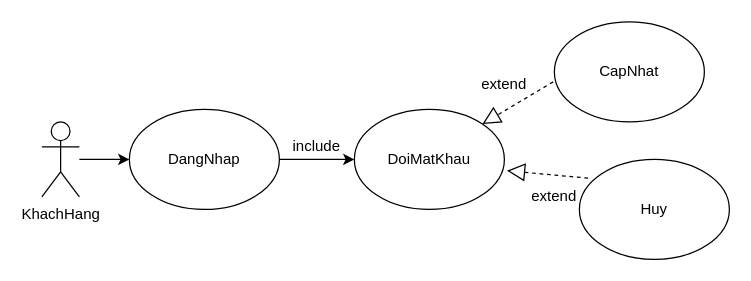
phamhieudev/BatDongSan keeps this draw.io diagram as page "doimatkhau" (2 of 19) of usecasetongquatbds.drawio. Above is the earlier version. Source tidied: cells renumbered, new cells numbered last; positions are measured from the earlier drawing's top-left corner, leaving out a move shared by most shapes. Both pictures are drawn from the tidied source at 125%, with x=0, y=0 at pixel (41, 21).
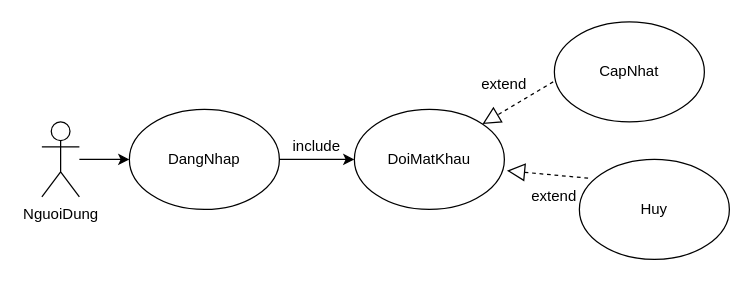
After the change.

What changed in the source:
```diff
@@
 <mxGraphModel>
   <root>
     <mxCell id="0" />
     <mxCell id="1" parent="0" />
-    <mxCell id="2" value="KhachHang" style="shape=umlActor;verticalLabelPosition=bottom;verticalAlign=top;html=1;outlineConnect=0;" parent="1" vertex="1">
+    <mxCell id="2" value="NguoiDung" style="shape=umlActor;verticalLabelPosition=bottom;verticalAlign=top;html=1;outlineConnect=0;" parent="1" vertex="1">
       <mxGeometry y="80" width="30" height="60" as="geometry" />
     </mxCell>
     <mxCell id="3" value="DangNhap" style="ellipse;whiteSpace=wrap;html=1;" parent="1" vertex="1">
       <mxGeometry x="70" y="70" width="120" height="80" as="geometry" />
     </mxCell>
     <mxCell id="4" value="DoiMatKhau" style="ellipse;whiteSpace=wrap;html=1;" parent="1" vertex="1">
       <mxGeometry x="250" y="70" width="120" height="80" as="geometry" />
     </mxCell>
     <mxCell id="5" style="endArrow=classic;html=1;entryX=0;entryY=0.5;entryDx=0;entryDy=0;" parent="1" edge="1" source="2" target="3">
       <mxGeometry relative="1" as="geometry" />
     </mxCell>
     <mxCell id="6" style="endArrow=classic;html=1;exitX=1;exitY=0.5;exitDx=0;exitDy=0;entryX=0;entryY=0.5;entryDx=0;entryDy=0;" parent="1" edge="1" source="3" target="4">
       <mxGeometry relative="1" as="geometry" />
     </mxCell>
     <mxCell id="7" value="include" style="text;html=1;strokeColor=none;fillColor=none;align=center;verticalAlign=middle;whiteSpace=wrap;rounded=0;" parent="1" vertex="1">
       <mxGeometry x="200" y="90" width="40" height="20" as="geometry" />
     </mxCell>
     <mxCell id="8" value="CapNhat" style="ellipse;whiteSpace=wrap;html=1;" parent="1" vertex="1">
       <mxGeometry x="410" width="120" height="80" as="geometry" />
     </mxCell>
     <mxCell id="9" value="Huy" style="ellipse;whiteSpace=wrap;html=1;" parent="1" vertex="1">
       <mxGeometry x="430" y="110" width="120" height="80" as="geometry" />
     </mxCell>
     <mxCell id="10" style="endArrow=block;dashed=1;endFill=0;endSize=12;html=1;entryX=1;entryY=0;entryDx=0;entryDy=0;exitX=-0.008;exitY=0.6;exitDx=0;exitDy=0;exitPerimeter=0;" parent="1" edge="1" source="8" target="4">
       <mxGeometry relative="1" as="geometry" />
     </mxCell>
     <mxCell id="11" style="endArrow=block;dashed=1;endFill=0;endSize=12;html=1;entryX=1.017;entryY=0.613;entryDx=0;entryDy=0;exitX=0.058;exitY=0.188;exitDx=0;exitDy=0;exitPerimeter=0;entryPerimeter=0;" parent="1" edge="1" source="9" target="4">
       <mxGeometry relative="1" as="geometry" />
     </mxCell>
     <mxCell id="12" value="extend" style="text;html=1;strokeColor=none;fillColor=none;align=center;verticalAlign=middle;whiteSpace=wrap;rounded=0;" parent="1" vertex="1">
       <mxGeometry x="350" y="40" width="40" height="20" as="geometry" />
     </mxCell>
     <mxCell id="13" value="extend" style="text;html=1;strokeColor=none;fillColor=none;align=center;verticalAlign=middle;whiteSpace=wrap;rounded=0;" parent="1" vertex="1">
       <mxGeometry x="390" y="130" width="40" height="20" as="geometry" />
     </mxCell>
   </root>
 </mxGraphModel>
```
